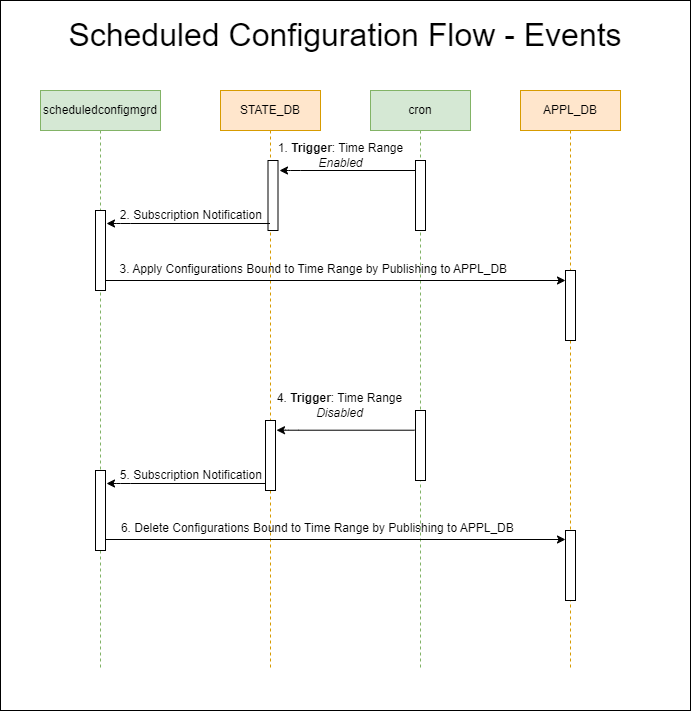
The draw.io diagram doc/scheduled-configurations/images/scheduled-configuration-flow-events.png in sonic-net/SONiC, before a commit. Source tidied: cells renumbered, new cells last; positions are measured from the earlier drawing's top-left corner, leaving out a move shared by most shapes. The source it was exported from:
```xml
<mxGraphModel>
  <root>
    <mxCell id="0" />
    <mxCell id="1" parent="0" />
    <mxCell id="2" style="rounded=0;whiteSpace=wrap;html=1;" parent="1" vertex="1">
      <mxGeometry width="690" height="710" as="geometry" />
    </mxCell>
    <mxCell id="3" value="&lt;font style=&quot;font-size: 32px;&quot;&gt;Scheduled Configuration Flow - Events&lt;/font&gt;" style="text;html=1;strokeColor=none;fillColor=none;align=center;verticalAlign=middle;whiteSpace=wrap;rounded=0;" parent="1" vertex="1">
      <mxGeometry x="55" y="20" width="580" height="30" as="geometry" />
    </mxCell>
    <mxCell id="4" value="scheduledconfigmgrd" style="shape=umlLifeline;perimeter=lifelinePerimeter;whiteSpace=wrap;html=1;fillColor=#d5e8d4;strokeColor=#82b366;" parent="1" vertex="1">
      <mxGeometry x="40" y="90" width="120" height="580" as="geometry" />
    </mxCell>
    <mxCell id="5" style="html=1;perimeter=orthogonalPerimeter;" parent="4" vertex="1">
      <mxGeometry x="55" y="380" width="10" height="80" as="geometry" />
    </mxCell>
    <mxCell id="6" style="html=1;points=[];perimeter=orthogonalPerimeter;" parent="4" vertex="1">
      <mxGeometry x="55" y="120" width="10" height="80" as="geometry" />
    </mxCell>
    <mxCell id="7" value="STATE_DB" style="shape=umlLifeline;perimeter=lifelinePerimeter;whiteSpace=wrap;html=1;fillColor=#ffe6cc;strokeColor=#d79b00;" parent="1" vertex="1">
      <mxGeometry x="220" y="90" width="100" height="580" as="geometry" />
    </mxCell>
    <mxCell id="8" style="html=1;perimeter=orthogonalPerimeter;" parent="7" vertex="1">
      <mxGeometry x="45" y="330" width="10" height="70" as="geometry" />
    </mxCell>
    <mxCell id="9" style="html=1;perimeter=orthogonalPerimeter;" parent="7" vertex="1">
      <mxGeometry x="47.5" y="70" width="10" height="70" as="geometry" />
    </mxCell>
    <mxCell id="10" style="edgeStyle=none;html=1;startArrow=none;" parent="7" edge="1">
      <mxGeometry relative="1" as="geometry">
        <mxPoint x="194" y="339.7" as="sourcePoint" />
        <mxPoint x="56" y="339.7" as="targetPoint" />
        <Array as="points">
          <mxPoint x="67.7" y="339.7" />
        </Array>
      </mxGeometry>
    </mxCell>
    <mxCell id="11" value="2. Subscription Notification&amp;nbsp;" style="text;html=1;strokeColor=none;fillColor=none;align=center;verticalAlign=middle;whiteSpace=wrap;rounded=0;" parent="1" vertex="1">
      <mxGeometry x="110" y="200" width="165" height="30" as="geometry" />
    </mxCell>
    <mxCell id="12" value="cron" style="shape=umlLifeline;perimeter=lifelinePerimeter;whiteSpace=wrap;html=1;fillColor=#d5e8d4;strokeColor=#82b366;" parent="1" vertex="1">
      <mxGeometry x="370" y="90" width="100" height="580" as="geometry" />
    </mxCell>
    <mxCell id="13" style="html=1;perimeter=orthogonalPerimeter;" parent="12" vertex="1">
      <mxGeometry x="45" y="320" width="10" height="70" as="geometry" />
    </mxCell>
    <mxCell id="14" style="html=1;perimeter=orthogonalPerimeter;" parent="12" vertex="1">
      <mxGeometry x="45" y="70" width="10" height="70" as="geometry" />
    </mxCell>
    <mxCell id="15" value="4. &lt;b&gt;Trigger&lt;/b&gt;: Time Range &lt;i style=&quot;&quot;&gt;Disabled&lt;/i&gt;" style="text;html=1;strokeColor=none;fillColor=none;align=center;verticalAlign=middle;whiteSpace=wrap;rounded=0;" parent="1" vertex="1">
      <mxGeometry x="257.5" y="390" width="162.5" height="30" as="geometry" />
    </mxCell>
    <mxCell id="16" value="APPL_DB" style="shape=umlLifeline;perimeter=lifelinePerimeter;whiteSpace=wrap;html=1;fillColor=#ffe6cc;strokeColor=#d79b00;" parent="1" vertex="1">
      <mxGeometry x="520" y="90" width="100" height="580" as="geometry" />
    </mxCell>
    <mxCell id="17" style="html=1;perimeter=orthogonalPerimeter;" parent="16" vertex="1">
      <mxGeometry x="45" y="440" width="10" height="70" as="geometry" />
    </mxCell>
    <mxCell id="18" style="html=1;perimeter=orthogonalPerimeter;" parent="16" vertex="1">
      <mxGeometry x="45" y="180" width="10" height="70" as="geometry" />
    </mxCell>
    <mxCell id="19" style="edgeStyle=none;html=1;" parent="16" edge="1" source="6">
      <mxGeometry relative="1" as="geometry">
        <mxPoint x="45" y="190" as="targetPoint" />
      </mxGeometry>
    </mxCell>
    <mxCell id="20" value="1. &lt;b&gt;Trigger&lt;/b&gt;: Time Range &lt;i&gt;Enabled&lt;/i&gt;" style="text;html=1;strokeColor=none;fillColor=none;align=center;verticalAlign=middle;whiteSpace=wrap;rounded=0;" parent="1" vertex="1">
      <mxGeometry x="257.5" y="140" width="165" height="30" as="geometry" />
    </mxCell>
    <mxCell id="21" value="3. Apply Configurations Bound to Time Range by Publishing to APPL_DB&amp;nbsp;" style="text;html=1;strokeColor=none;fillColor=none;align=center;verticalAlign=middle;whiteSpace=wrap;rounded=0;" parent="1" vertex="1">
      <mxGeometry x="85" y="259" width="460" height="20" as="geometry" />
    </mxCell>
    <mxCell id="22" value="6. Delete Configurations Bound to Time Range by Publishing to APPL_DB&amp;nbsp;" style="text;html=1;strokeColor=none;fillColor=none;align=center;verticalAlign=middle;whiteSpace=wrap;rounded=0;" parent="1" vertex="1">
      <mxGeometry x="99" y="518" width="440" height="20" as="geometry" />
    </mxCell>
    <mxCell id="23" style="edgeStyle=none;html=1;startArrow=none;" parent="1" edge="1">
      <mxGeometry relative="1" as="geometry">
        <mxPoint x="415" y="170" as="sourcePoint" />
        <mxPoint x="279" y="170" as="targetPoint" />
        <Array as="points">
          <mxPoint x="290.2" y="170" />
        </Array>
      </mxGeometry>
    </mxCell>
    <mxCell id="24" style="edgeStyle=none;html=1;startArrow=none;" parent="1" edge="1">
      <mxGeometry relative="1" as="geometry">
        <mxPoint x="269.5" y="223" as="sourcePoint" />
        <mxPoint x="106" y="223" as="targetPoint" />
        <Array as="points">
          <mxPoint x="120.2" y="223" />
        </Array>
      </mxGeometry>
    </mxCell>
    <mxCell id="25" style="edgeStyle=none;html=1;" parent="1" edge="1">
      <mxGeometry relative="1" as="geometry">
        <mxPoint x="105" y="539" as="sourcePoint" />
        <mxPoint x="565" y="539" as="targetPoint" />
      </mxGeometry>
    </mxCell>
    <mxCell id="26" value="5. Subscription Notification&amp;nbsp;" style="text;html=1;strokeColor=none;fillColor=none;align=center;verticalAlign=middle;whiteSpace=wrap;rounded=0;" parent="1" vertex="1">
      <mxGeometry x="110" y="460" width="165" height="30" as="geometry" />
    </mxCell>
    <mxCell id="27" style="edgeStyle=none;html=1;startArrow=none;" parent="1" edge="1">
      <mxGeometry relative="1" as="geometry">
        <mxPoint x="265" y="483" as="sourcePoint" />
        <mxPoint x="106" y="483" as="targetPoint" />
        <Array as="points">
          <mxPoint x="120.2" y="483" />
        </Array>
      </mxGeometry>
    </mxCell>
  </root>
</mxGraphModel>
```
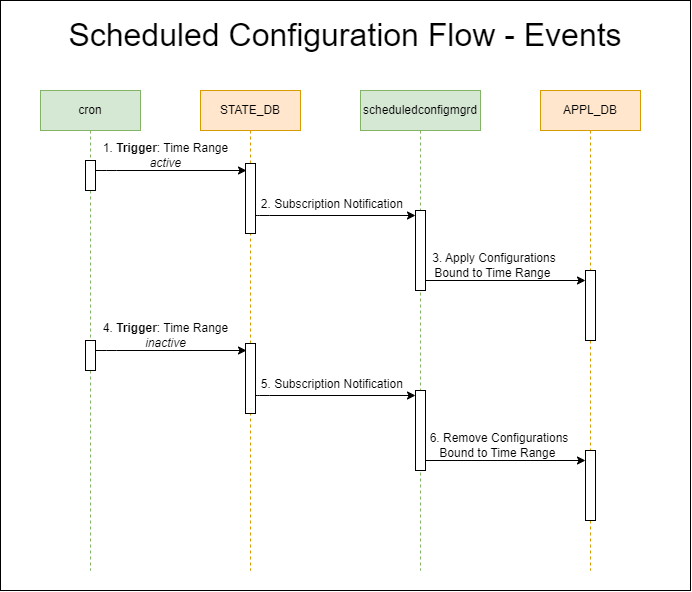
Later version of the same file.

Commit message:
Update Some Flow Images for Readability and Fix Spelling

The edit, as a diff of the source:
```diff
@@ -3,59 +3,53 @@
     <mxCell id="0" />
     <mxCell id="1" parent="0" />
     <mxCell id="2" style="rounded=0;whiteSpace=wrap;html=1;" parent="1" vertex="1">
-      <mxGeometry width="690" height="710" as="geometry" />
+      <mxGeometry width="690" height="590" as="geometry" />
     </mxCell>
     <mxCell id="3" value="&lt;font style=&quot;font-size: 32px;&quot;&gt;Scheduled Configuration Flow - Events&lt;/font&gt;" style="text;html=1;strokeColor=none;fillColor=none;align=center;verticalAlign=middle;whiteSpace=wrap;rounded=0;" parent="1" vertex="1">
       <mxGeometry x="55" y="20" width="580" height="30" as="geometry" />
     </mxCell>
     <mxCell id="4" value="scheduledconfigmgrd" style="shape=umlLifeline;perimeter=lifelinePerimeter;whiteSpace=wrap;html=1;fillColor=#d5e8d4;strokeColor=#82b366;" parent="1" vertex="1">
-      <mxGeometry x="40" y="90" width="120" height="580" as="geometry" />
+      <mxGeometry x="360" y="90" width="120" height="480" as="geometry" />
     </mxCell>
-    <mxCell id="5" style="html=1;perimeter=orthogonalPerimeter;" parent="4" vertex="1">
-      <mxGeometry x="55" y="380" width="10" height="80" as="geometry" />
-    </mxCell>
     <mxCell id="6" style="html=1;points=[];perimeter=orthogonalPerimeter;" parent="4" vertex="1">
       <mxGeometry x="55" y="120" width="10" height="80" as="geometry" />
     </mxCell>
     <mxCell id="7" value="STATE_DB" style="shape=umlLifeline;perimeter=lifelinePerimeter;whiteSpace=wrap;html=1;fillColor=#ffe6cc;strokeColor=#d79b00;" parent="1" vertex="1">
-      <mxGeometry x="220" y="90" width="100" height="580" as="geometry" />
+      <mxGeometry x="200" y="90" width="100" height="480" as="geometry" />
     </mxCell>
-    <mxCell id="8" style="html=1;perimeter=orthogonalPerimeter;" parent="7" vertex="1">
-      <mxGeometry x="45" y="330" width="10" height="70" as="geometry" />
-    </mxCell>
     <mxCell id="9" style="html=1;perimeter=orthogonalPerimeter;" parent="7" vertex="1">
-      <mxGeometry x="47.5" y="70" width="10" height="70" as="geometry" />
+      <mxGeometry x="45" y="73" width="10" height="70" as="geometry" />
     </mxCell>
-    <mxCell id="10" style="edgeStyle=none;html=1;startArrow=none;" parent="7" edge="1">
-      <mxGeometry relative="1" as="geometry">
-        <mxPoint x="194" y="339.7" as="sourcePoint" />
-        <mxPoint x="56" y="339.7" as="targetPoint" />
-        <Array as="points">
-          <mxPoint x="67.7" y="339.7" />
-        </Array>
-      </mxGeometry>
-    </mxCell>
+    <mxCell id="24" style="edgeStyle=none;html=1;startArrow=none;" parent="7" edge="1">
+      <mxGeometry relative="1" as="geometry">
+        <mxPoint x="55" y="125" as="sourcePoint" />
+        <mxPoint x="215" y="125" as="targetPoint" />
+        <Array as="points">
+          <mxPoint x="59.2" y="125" />
+        </Array>
+      </mxGeometry>
+    </mxCell>
     <mxCell id="11" value="2. Subscription Notification&amp;nbsp;" style="text;html=1;strokeColor=none;fillColor=none;align=center;verticalAlign=middle;whiteSpace=wrap;rounded=0;" parent="1" vertex="1">
-      <mxGeometry x="110" y="200" width="165" height="30" as="geometry" />
+      <mxGeometry x="251" y="189" width="165" height="30" as="geometry" />
     </mxCell>
     <mxCell id="12" value="cron" style="shape=umlLifeline;perimeter=lifelinePerimeter;whiteSpace=wrap;html=1;fillColor=#d5e8d4;strokeColor=#82b366;" parent="1" vertex="1">
-      <mxGeometry x="370" y="90" width="100" height="580" as="geometry" />
+      <mxGeometry x="40" y="90" width="100" height="480" as="geometry" />
     </mxCell>
-    <mxCell id="13" style="html=1;perimeter=orthogonalPerimeter;" parent="12" vertex="1">
-      <mxGeometry x="45" y="320" width="10" height="70" as="geometry" />
-    </mxCell>
     <mxCell id="14" style="html=1;perimeter=orthogonalPerimeter;" parent="12" vertex="1">
-      <mxGeometry x="45" y="70" width="10" height="70" as="geometry" />
+      <mxGeometry x="45" y="70" width="10" height="30" as="geometry" />
     </mxCell>
-    <mxCell id="15" value="4. &lt;b&gt;Trigger&lt;/b&gt;: Time Range &lt;i style=&quot;&quot;&gt;Disabled&lt;/i&gt;" style="text;html=1;strokeColor=none;fillColor=none;align=center;verticalAlign=middle;whiteSpace=wrap;rounded=0;" parent="1" vertex="1">
-      <mxGeometry x="257.5" y="390" width="162.5" height="30" as="geometry" />
-    </mxCell>
+    <mxCell id="23" style="edgeStyle=none;html=1;startArrow=none;" parent="12" edge="1">
+      <mxGeometry relative="1" as="geometry">
+        <mxPoint x="55" y="80" as="sourcePoint" />
+        <mxPoint x="206" y="80" as="targetPoint" />
+        <Array as="points">
+          <mxPoint x="66.2" y="80" />
+        </Array>
+      </mxGeometry>
+    </mxCell>
     <mxCell id="16" value="APPL_DB" style="shape=umlLifeline;perimeter=lifelinePerimeter;whiteSpace=wrap;html=1;fillColor=#ffe6cc;strokeColor=#d79b00;" parent="1" vertex="1">
-      <mxGeometry x="520" y="90" width="100" height="580" as="geometry" />
+      <mxGeometry x="540" y="90" width="100" height="480" as="geometry" />
     </mxCell>
-    <mxCell id="17" style="html=1;perimeter=orthogonalPerimeter;" parent="16" vertex="1">
-      <mxGeometry x="45" y="440" width="10" height="70" as="geometry" />
-    </mxCell>
     <mxCell id="18" style="html=1;perimeter=orthogonalPerimeter;" parent="16" vertex="1">
       <mxGeometry x="45" y="180" width="10" height="70" as="geometry" />
     </mxCell>
@@ -64,50 +58,55 @@
         <mxPoint x="45" y="190" as="targetPoint" />
       </mxGeometry>
     </mxCell>
-    <mxCell id="20" value="1. &lt;b&gt;Trigger&lt;/b&gt;: Time Range &lt;i&gt;Enabled&lt;/i&gt;" style="text;html=1;strokeColor=none;fillColor=none;align=center;verticalAlign=middle;whiteSpace=wrap;rounded=0;" parent="1" vertex="1">
-      <mxGeometry x="257.5" y="140" width="165" height="30" as="geometry" />
+    <mxCell id="20" value="1. &lt;b&gt;Trigger&lt;/b&gt;: Time Range &lt;i&gt;active&lt;/i&gt;" style="text;html=1;strokeColor=none;fillColor=none;align=center;verticalAlign=middle;whiteSpace=wrap;rounded=0;" parent="1" vertex="1">
+      <mxGeometry x="85" y="140" width="161" height="30" as="geometry" />
     </mxCell>
-    <mxCell id="21" value="3. Apply Configurations Bound to Time Range by Publishing to APPL_DB&amp;nbsp;" style="text;html=1;strokeColor=none;fillColor=none;align=center;verticalAlign=middle;whiteSpace=wrap;rounded=0;" parent="1" vertex="1">
-      <mxGeometry x="85" y="259" width="460" height="20" as="geometry" />
+    <mxCell id="21" value="3. Apply Configurations Bound to Time Range&amp;nbsp;" style="text;html=1;strokeColor=none;fillColor=none;align=center;verticalAlign=middle;whiteSpace=wrap;rounded=0;" parent="1" vertex="1">
+      <mxGeometry x="414" y="255" width="160" height="20" as="geometry" />
     </mxCell>
-    <mxCell id="22" value="6. Delete Configurations Bound to Time Range by Publishing to APPL_DB&amp;nbsp;" style="text;html=1;strokeColor=none;fillColor=none;align=center;verticalAlign=middle;whiteSpace=wrap;rounded=0;" parent="1" vertex="1">
-      <mxGeometry x="99" y="518" width="440" height="20" as="geometry" />
-    </mxCell>
-    <mxCell id="23" style="edgeStyle=none;html=1;startArrow=none;" parent="1" edge="1">
-      <mxGeometry relative="1" as="geometry">
-        <mxPoint x="415" y="170" as="sourcePoint" />
-        <mxPoint x="279" y="170" as="targetPoint" />
-        <Array as="points">
-          <mxPoint x="290.2" y="170" />
-        </Array>
-      </mxGeometry>
-    </mxCell>
-    <mxCell id="24" style="edgeStyle=none;html=1;startArrow=none;" parent="1" edge="1">
-      <mxGeometry relative="1" as="geometry">
-        <mxPoint x="269.5" y="223" as="sourcePoint" />
-        <mxPoint x="106" y="223" as="targetPoint" />
-        <Array as="points">
-          <mxPoint x="120.2" y="223" />
-        </Array>
-      </mxGeometry>
-    </mxCell>
-    <mxCell id="25" style="edgeStyle=none;html=1;" parent="1" edge="1">
-      <mxGeometry relative="1" as="geometry">
-        <mxPoint x="105" y="539" as="sourcePoint" />
-        <mxPoint x="565" y="539" as="targetPoint" />
-      </mxGeometry>
-    </mxCell>
+    <mxCell id="28" style="html=1;points=[];perimeter=orthogonalPerimeter;" parent="1" vertex="1">
+      <mxGeometry x="415" y="390" width="10" height="80" as="geometry" />
+    </mxCell>
+    <mxCell id="29" style="html=1;perimeter=orthogonalPerimeter;" parent="1" vertex="1">
+      <mxGeometry x="245" y="343" width="10" height="70" as="geometry" />
+    </mxCell>
+    <mxCell id="30" style="edgeStyle=none;html=1;startArrow=none;" parent="1" edge="1">
+      <mxGeometry relative="1" as="geometry">
+        <mxPoint x="255" y="395" as="sourcePoint" />
+        <mxPoint x="415" y="395" as="targetPoint" />
+        <Array as="points">
+          <mxPoint x="259.2" y="395" />
+        </Array>
+      </mxGeometry>
+    </mxCell>
     <mxCell id="26" value="5. Subscription Notification&amp;nbsp;" style="text;html=1;strokeColor=none;fillColor=none;align=center;verticalAlign=middle;whiteSpace=wrap;rounded=0;" parent="1" vertex="1">
-      <mxGeometry x="110" y="460" width="165" height="30" as="geometry" />
+      <mxGeometry x="251" y="369" width="165" height="30" as="geometry" />
     </mxCell>
-    <mxCell id="27" style="edgeStyle=none;html=1;startArrow=none;" parent="1" edge="1">
-      <mxGeometry relative="1" as="geometry">
-        <mxPoint x="265" y="483" as="sourcePoint" />
-        <mxPoint x="106" y="483" as="targetPoint" />
-        <Array as="points">
-          <mxPoint x="120.2" y="483" />
-        </Array>
-      </mxGeometry>
-    </mxCell>
+    <mxCell id="31" style="html=1;perimeter=orthogonalPerimeter;" parent="1" vertex="1">
+      <mxGeometry x="85" y="340" width="10" height="30" as="geometry" />
+    </mxCell>
+    <mxCell id="32" style="edgeStyle=none;html=1;startArrow=none;" parent="1" edge="1">
+      <mxGeometry relative="1" as="geometry">
+        <mxPoint x="95" y="350" as="sourcePoint" />
+        <mxPoint x="246" y="350" as="targetPoint" />
+        <Array as="points">
+          <mxPoint x="106.2" y="350" />
+        </Array>
+      </mxGeometry>
+    </mxCell>
+    <mxCell id="33" style="html=1;perimeter=orthogonalPerimeter;" parent="1" vertex="1">
+      <mxGeometry x="585" y="450" width="10" height="70" as="geometry" />
+    </mxCell>
+    <mxCell id="34" style="edgeStyle=none;html=1;" parent="1" edge="1" source="28">
+      <mxGeometry relative="1" as="geometry">
+        <mxPoint x="585" y="460" as="targetPoint" />
+      </mxGeometry>
+    </mxCell>
+    <mxCell id="35" value="4. &lt;b&gt;Trigger&lt;/b&gt;: Time Range &lt;i&gt;inactive&lt;/i&gt;" style="text;html=1;strokeColor=none;fillColor=none;align=center;verticalAlign=middle;whiteSpace=wrap;rounded=0;" parent="1" vertex="1">
+      <mxGeometry x="85" y="320" width="161" height="30" as="geometry" />
+    </mxCell>
+    <mxCell id="36" value="6. Remove Configurations Bound to Time Range&amp;nbsp;" style="text;html=1;strokeColor=none;fillColor=none;align=center;verticalAlign=middle;whiteSpace=wrap;rounded=0;" parent="1" vertex="1">
+      <mxGeometry x="419" y="435" width="160" height="20" as="geometry" />
+    </mxCell>
   </root>
 </mxGraphModel>
```
